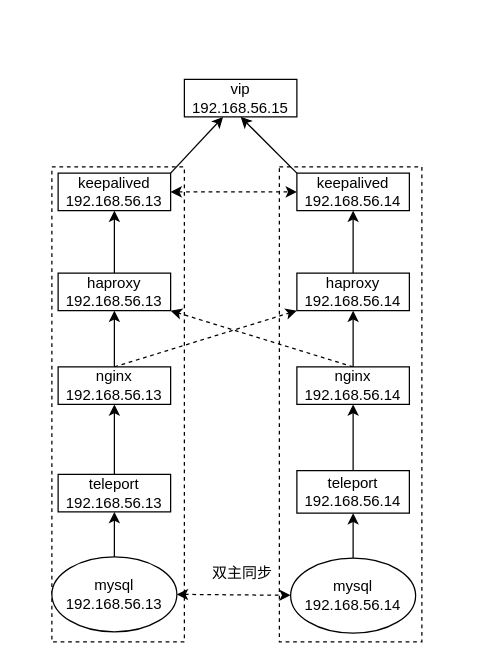
Above: doc/teleport.drawio in xiongjungit/teleport_docker_compose (draw.io), before the change. Source tidied: cells renumbered, new cells numbered last; positions are measured from the earlier drawing's top-left corner, leaving out a move shared by most shapes. Both pictures are drawn from the tidied source at 125%, with x=0, y=0 at pixel (51, 79).
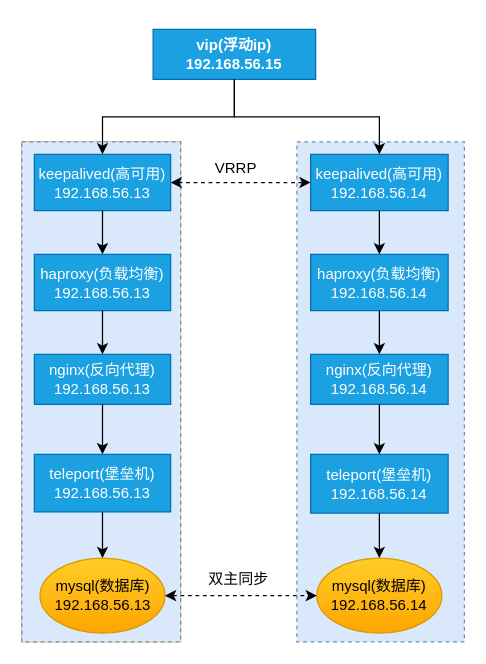
After the change.

What changed in the source:
```diff
@@
+    <mxCell id="31" style="group;gradientColor=#ffd966;fillColor=#fff2cc;strokeColor=#d6b656;" parent="1" vertex="1">
+      <mxGeometry x="-24" y="50" width="127" height="400" as="geometry" />
+    </mxCell>
+    <mxCell id="3" style="rounded=0;whiteSpace=wrap;html=1;dashed=1;fillColor=#dae8fc;strokeColor=#6c8ebf;" parent="31" vertex="1">
+      <mxGeometry width="127" height="400" as="geometry" />
+    </mxCell>
+    <mxCell id="6" value="keepalived(高可用)&lt;br&gt;192.168.56.13" style="rounded=0;whiteSpace=wrap;html=1;fillColor=#1ba1e2;strokeColor=#006EAF;fontColor=#ffffff;" parent="31" vertex="1">
+      <mxGeometry x="10" y="10" width="109" height="45" as="geometry" />
+    </mxCell>
+    <mxCell id="10" value="haproxy(负载均衡)&lt;br&gt;192.168.56.13" style="rounded=0;whiteSpace=wrap;html=1;fillColor=#1ba1e2;strokeColor=#006EAF;fontColor=#ffffff;" parent="31" vertex="1">
+      <mxGeometry x="10" y="90" width="109" height="45" as="geometry" />
+    </mxCell>
+    <mxCell id="32" style="edgeStyle=orthogonalEdgeStyle;rounded=0;jettySize=auto;html=1;exitX=0.5;exitY=1;exitDx=0;exitDy=0;entryX=0.5;entryY=0;entryDx=0;entryDy=0;" parent="31" edge="1" source="6" target="10">
+      <mxGeometry relative="1" as="geometry" />
+    </mxCell>
+    <mxCell id="15" value="nginx(反向代理)&lt;br&gt;192.168.56.13" style="rounded=0;whiteSpace=wrap;html=1;fillColor=#1ba1e2;strokeColor=#006EAF;fontColor=#ffffff;" parent="31" vertex="1">
+      <mxGeometry x="10" y="170" width="109" height="40" as="geometry" />
+    </mxCell>
+    <mxCell id="33" style="edgeStyle=orthogonalEdgeStyle;rounded=0;jettySize=auto;html=1;exitX=0.5;exitY=1;exitDx=0;exitDy=0;entryX=0.5;entryY=0;entryDx=0;entryDy=0;" parent="31" edge="1" source="10" target="15">
+      <mxGeometry relative="1" as="geometry" />
+    </mxCell>
+    <mxCell id="21" value="teleport(堡垒机)&lt;br&gt;192.168.56.13" style="rounded=0;whiteSpace=wrap;html=1;fillColor=#1ba1e2;strokeColor=#006EAF;fontColor=#ffffff;" parent="31" vertex="1">
+      <mxGeometry x="10" y="250" width="109" height="46" as="geometry" />
+    </mxCell>
+    <mxCell id="34" style="edgeStyle=orthogonalEdgeStyle;rounded=0;jettySize=auto;html=1;exitX=0.5;exitY=1;exitDx=0;exitDy=0;entryX=0.5;entryY=0;entryDx=0;entryDy=0;" parent="31" edge="1" source="15" target="21">
+      <mxGeometry relative="1" as="geometry" />
+    </mxCell>
+    <mxCell id="26" value="mysql(数据库)&lt;br&gt;192.168.56.13" style="ellipse;whiteSpace=wrap;html=1;fillColor=#ffcd28;strokeColor=#d79b00;gradientColor=#ffa500;" parent="31" vertex="1">
+      <mxGeometry x="14.5" y="333" width="100" height="60" as="geometry" />
+    </mxCell>
+    <mxCell id="35" style="edgeStyle=orthogonalEdgeStyle;rounded=0;jettySize=auto;html=1;exitX=0.5;exitY=1;exitDx=0;exitDy=0;entryX=0.5;entryY=0;entryDx=0;entryDy=0;" parent="31" edge="1" source="21" target="26">
+      <mxGeometry relative="1" as="geometry" />
+    </mxCell>
+    <mxCell id="36" style="group;" parent="1" vertex="1">
+      <mxGeometry x="196" y="50" width="134" height="400" as="geometry" />
+    </mxCell>
-    <mxCell id="2" style="rounded=0;whiteSpace=wrap;html=1;dashed=1;" parent="1" vertex="1">
-      <mxGeometry x="182" y="70" width="114" height="380" as="geometry" />
+    <mxCell id="2" style="rounded=0;whiteSpace=wrap;html=1;dashed=1;fillColor=#dae8fc;strokeColor=#6c8ebf;" parent="36" vertex="1">
+      <mxGeometry width="134" height="400" as="geometry" />
     </mxCell>
-    <mxCell id="3" style="rounded=0;whiteSpace=wrap;html=1;dashed=1;" parent="1" vertex="1">
-      <mxGeometry y="70" width="106" height="380" as="geometry" />
-    </mxCell>
+    <mxCell id="8" value="keepalived(高可用)&lt;br&gt;192.168.56.14" style="rounded=0;whiteSpace=wrap;html=1;fillColor=#1ba1e2;strokeColor=#006EAF;fontColor=#ffffff;" parent="36" vertex="1">
+      <mxGeometry x="11" y="10" width="110" height="45" as="geometry" />
+    </mxCell>
+    <mxCell id="12" value="haproxy(负载均衡)&lt;br&gt;192.168.56.14" style="rounded=0;whiteSpace=wrap;html=1;fillColor=#1ba1e2;strokeColor=#006EAF;fontColor=#ffffff;" parent="36" vertex="1">
+      <mxGeometry x="11" y="90" width="110" height="45" as="geometry" />
+    </mxCell>
+    <mxCell id="37" style="edgeStyle=orthogonalEdgeStyle;rounded=0;jettySize=auto;html=1;exitX=0.5;exitY=1;exitDx=0;exitDy=0;entryX=0.5;entryY=0;entryDx=0;entryDy=0;" parent="36" edge="1" source="8" target="12">
+      <mxGeometry relative="1" as="geometry" />
+    </mxCell>
+    <mxCell id="18" value="nginx(反向代理)&lt;br&gt;192.168.56.14" style="rounded=0;whiteSpace=wrap;html=1;fillColor=#1ba1e2;strokeColor=#006EAF;fontColor=#ffffff;" parent="36" vertex="1">
+      <mxGeometry x="11" y="170" width="110" height="40" as="geometry" />
+    </mxCell>
+    <mxCell id="38" style="edgeStyle=orthogonalEdgeStyle;rounded=0;jettySize=auto;html=1;exitX=0.5;exitY=1;exitDx=0;exitDy=0;entryX=0.5;entryY=0;entryDx=0;entryDy=0;" parent="36" edge="1" source="12" target="18">
+      <mxGeometry relative="1" as="geometry" />
+    </mxCell>
+    <mxCell id="19" style="edgeStyle=none;rounded=0;orthogonalLoop=1;jettySize=auto;html=1;exitX=0.25;exitY=1;exitDx=0;exitDy=0;" parent="36" edge="1" source="12" target="12">
+      <mxGeometry relative="1" as="geometry" />
+    </mxCell>
+    <mxCell id="23" value="teleport(堡垒机)&lt;br&gt;192.168.56.14" style="rounded=0;whiteSpace=wrap;html=1;fillColor=#1ba1e2;strokeColor=#006EAF;fontColor=#ffffff;" parent="36" vertex="1">
+      <mxGeometry x="11" y="250" width="110" height="47" as="geometry" />
+    </mxCell>
+    <mxCell id="39" style="edgeStyle=orthogonalEdgeStyle;rounded=0;jettySize=auto;html=1;exitX=0.5;exitY=1;exitDx=0;exitDy=0;entryX=0.5;entryY=0;entryDx=0;entryDy=0;" parent="36" edge="1" source="18" target="23">
+      <mxGeometry relative="1" as="geometry" />
+    </mxCell>
+    <mxCell id="28" value="mysql(数据库)&lt;br&gt;192.168.56.14" style="ellipse;whiteSpace=wrap;html=1;gradientColor=#ffa500;fillColor=#ffcd28;strokeColor=#d79b00;" parent="36" vertex="1">
+      <mxGeometry x="16" y="333" width="100" height="60" as="geometry" />
+    </mxCell>
+    <mxCell id="40" style="edgeStyle=orthogonalEdgeStyle;rounded=0;jettySize=auto;html=1;exitX=0.5;exitY=1;exitDx=0;exitDy=0;entryX=0.5;entryY=0;entryDx=0;entryDy=0;" parent="36" edge="1" source="23" target="28">
+      <mxGeometry relative="1" as="geometry" />
+    </mxCell>
-    <mxCell id="4" value="vip&lt;br&gt;192.168.56.15" style="rounded=1;whiteSpace=wrap;html=1;arcSize=0;" parent="1" vertex="1">
-      <mxGeometry x="106" width="90" height="30" as="geometry" />
+    <mxCell id="4" value="&lt;p&gt;vip(浮动ip)&lt;br&gt;192.168.56.15&lt;/p&gt;" style="rounded=1;whiteSpace=wrap;html=1;arcSize=0;fontStyle=1;fillColor=#1ba1e2;strokeColor=#006EAF;fontColor=#ffffff;" parent="1" vertex="1">
+      <mxGeometry x="81" y="-40" width="130" height="40" as="geometry" />
     </mxCell>
-    <mxCell id="5" style="edgeStyle=none;rounded=0;jettySize=auto;html=1;exitX=1;exitY=0;exitDx=0;exitDy=0;" parent="1" edge="1" source="6" target="4">
-      <mxGeometry relative="1" as="geometry" />
-    </mxCell>
-    <mxCell id="6" value="keepalived&lt;br&gt;192.168.56.13" style="rounded=0;whiteSpace=wrap;html=1;" parent="1" vertex="1">
-      <mxGeometry x="5" y="75" width="90" height="30" as="geometry" />
-    </mxCell>
-    <mxCell id="7" style="edgeStyle=none;rounded=0;jettySize=auto;html=1;exitX=0;exitY=0;exitDx=0;exitDy=0;entryX=0.5;entryY=1;entryDx=0;entryDy=0;" parent="1" edge="1" source="8" target="4">
-      <mxGeometry relative="1" as="geometry" />
-    </mxCell>
-    <mxCell id="8" value="keepalived&lt;br&gt;192.168.56.14" style="rounded=0;whiteSpace=wrap;html=1;" parent="1" vertex="1">
-      <mxGeometry x="196" y="75" width="90" height="30" as="geometry" />
-    </mxCell>
-    <mxCell id="9" style="edgeStyle=none;rounded=0;jettySize=auto;html=1;exitX=0.5;exitY=0;exitDx=0;exitDy=0;entryX=0.5;entryY=1;entryDx=0;entryDy=0;" parent="1" edge="1" source="10" target="6">
-      <mxGeometry relative="1" as="geometry" />
-    </mxCell>
-    <mxCell id="10" value="haproxy&lt;br&gt;192.168.56.13" style="rounded=0;whiteSpace=wrap;html=1;" parent="1" vertex="1">
-      <mxGeometry x="5" y="155" width="90" height="30" as="geometry" />
-    </mxCell>
-    <mxCell id="11" style="edgeStyle=none;rounded=0;jettySize=auto;html=1;exitX=0.5;exitY=0;exitDx=0;exitDy=0;entryX=0.5;entryY=1;entryDx=0;entryDy=0;" parent="1" edge="1" source="12" target="8">
-      <mxGeometry relative="1" as="geometry" />
-    </mxCell>
-    <mxCell id="12" value="haproxy&lt;br&gt;192.168.56.14" style="rounded=0;whiteSpace=wrap;html=1;" parent="1" vertex="1">
-      <mxGeometry x="196" y="155" width="90" height="30" as="geometry" />
-    </mxCell>
-    <mxCell id="13" style="edgeStyle=none;rounded=0;jettySize=auto;html=1;exitX=0.5;exitY=0;exitDx=0;exitDy=0;entryX=0.5;entryY=1;entryDx=0;entryDy=0;" parent="1" edge="1" source="15" target="10">
-      <mxGeometry relative="1" as="geometry" />
-    </mxCell>
-    <mxCell id="14" style="edgeStyle=none;rounded=0;jettySize=auto;html=1;exitX=0.5;exitY=0;exitDx=0;exitDy=0;entryX=0;entryY=1;entryDx=0;entryDy=0;dashed=1;" parent="1" edge="1" source="15" target="12">
-      <mxGeometry relative="1" as="geometry" />
-    </mxCell>
-    <mxCell id="15" value="nginx&lt;br&gt;192.168.56.13" style="rounded=0;whiteSpace=wrap;html=1;" parent="1" vertex="1">
-      <mxGeometry x="5" y="230" width="90" height="30" as="geometry" />
-    </mxCell>
-    <mxCell id="16" style="edgeStyle=none;rounded=0;jettySize=auto;html=1;exitX=0.5;exitY=0;exitDx=0;exitDy=0;entryX=0.5;entryY=1;entryDx=0;entryDy=0;" parent="1" edge="1" source="18" target="12">
-      <mxGeometry relative="1" as="geometry" />
-    </mxCell>
-    <mxCell id="17" style="edgeStyle=none;rounded=0;jettySize=auto;html=1;exitX=0.5;exitY=0;exitDx=0;exitDy=0;entryX=1;entryY=1;entryDx=0;entryDy=0;dashed=1;" parent="1" edge="1" source="18" target="10">
-      <mxGeometry relative="1" as="geometry" />
-    </mxCell>
-    <mxCell id="18" value="nginx&lt;br&gt;192.168.56.14" style="rounded=0;whiteSpace=wrap;html=1;" parent="1" vertex="1">
-      <mxGeometry x="196" y="230" width="90" height="30" as="geometry" />
-    </mxCell>
-    <mxCell id="19" style="edgeStyle=none;rounded=0;orthogonalLoop=1;jettySize=auto;html=1;exitX=0.25;exitY=1;exitDx=0;exitDy=0;" parent="1" edge="1" source="12" target="12">
-      <mxGeometry relative="1" as="geometry" />
-    </mxCell>
-    <mxCell id="20" style="edgeStyle=none;rounded=0;jettySize=auto;html=1;exitX=0.5;exitY=0;exitDx=0;exitDy=0;entryX=0.5;entryY=1;entryDx=0;entryDy=0;" parent="1" edge="1" source="21" target="15">
-      <mxGeometry relative="1" as="geometry" />
-    </mxCell>
-    <mxCell id="21" value="teleport&lt;br&gt;192.168.56.13" style="rounded=0;whiteSpace=wrap;html=1;" parent="1" vertex="1">
-      <mxGeometry x="5" y="316" width="90" height="30" as="geometry" />
-    </mxCell>
-    <mxCell id="22" style="edgeStyle=none;rounded=0;jettySize=auto;html=1;entryX=0.5;entryY=1;entryDx=0;entryDy=0;" parent="1" edge="1" source="23" target="18">
-      <mxGeometry relative="1" as="geometry" />
-    </mxCell>
-    <mxCell id="23" value="teleport&lt;br&gt;192.168.56.14" style="rounded=0;whiteSpace=wrap;html=1;" parent="1" vertex="1">
-      <mxGeometry x="196" y="313" width="90" height="34" as="geometry" />
-    </mxCell>
-    <mxCell id="24" style="edgeStyle=none;rounded=0;jettySize=auto;html=1;exitX=0.5;exitY=0;exitDx=0;exitDy=0;entryX=0.5;entryY=1;entryDx=0;entryDy=0;" parent="1" edge="1" source="26" target="21">
-      <mxGeometry relative="1" as="geometry" />
-    </mxCell>
+    <mxCell id="29" value="双主同步" style="text;html=1;align=center;verticalAlign=middle;dashed=1;" parent="1" vertex="1">
+      <mxGeometry x="119" y="390" width="60" height="20" as="geometry" />
+    </mxCell>
+    <mxCell id="41" value="VRRP" style="text;html=1;align=center;verticalAlign=middle;" parent="1" vertex="1">
+      <mxGeometry x="122" y="61" width="50" height="20" as="geometry" />
+    </mxCell>
@@
-    <mxCell id="26" value="mysql&lt;br&gt;192.168.56.13" style="ellipse;whiteSpace=wrap;html=1;" parent="1" vertex="1">
-      <mxGeometry y="382" width="100" height="60" as="geometry" />
-    </mxCell>
-    <mxCell id="27" style="edgeStyle=none;rounded=0;jettySize=auto;html=1;exitX=0.5;exitY=0;exitDx=0;exitDy=0;entryX=0.5;entryY=1;entryDx=0;entryDy=0;" parent="1" edge="1" source="28" target="23">
-      <mxGeometry relative="1" as="geometry" />
-    </mxCell>
-    <mxCell id="28" value="mysql&lt;br&gt;192.168.56.14" style="ellipse;whiteSpace=wrap;html=1;" parent="1" vertex="1">
-      <mxGeometry x="191" y="383" width="100" height="60" as="geometry" />
-    </mxCell>
-    <mxCell id="29" value="双主同步" style="text;html=1;align=center;verticalAlign=middle;dashed=1;" parent="1" vertex="1">
-      <mxGeometry x="122" y="385" width="60" height="20" as="geometry" />
-    </mxCell>
@@
+    <mxCell id="42" style="edgeStyle=orthogonalEdgeStyle;rounded=0;jettySize=auto;html=1;exitX=0.5;exitY=1;exitDx=0;exitDy=0;entryX=0.5;entryY=0;entryDx=0;entryDy=0;" parent="1" edge="1" source="4" target="6">
+      <mxGeometry relative="1" as="geometry" />
+    </mxCell>
+    <mxCell id="43" style="edgeStyle=orthogonalEdgeStyle;rounded=0;jettySize=auto;html=1;exitX=0.5;exitY=1;exitDx=0;exitDy=0;entryX=0.5;entryY=0;entryDx=0;entryDy=0;" parent="1" edge="1" source="4" target="8">
+      <mxGeometry relative="1" as="geometry" />
+    </mxCell>
```
